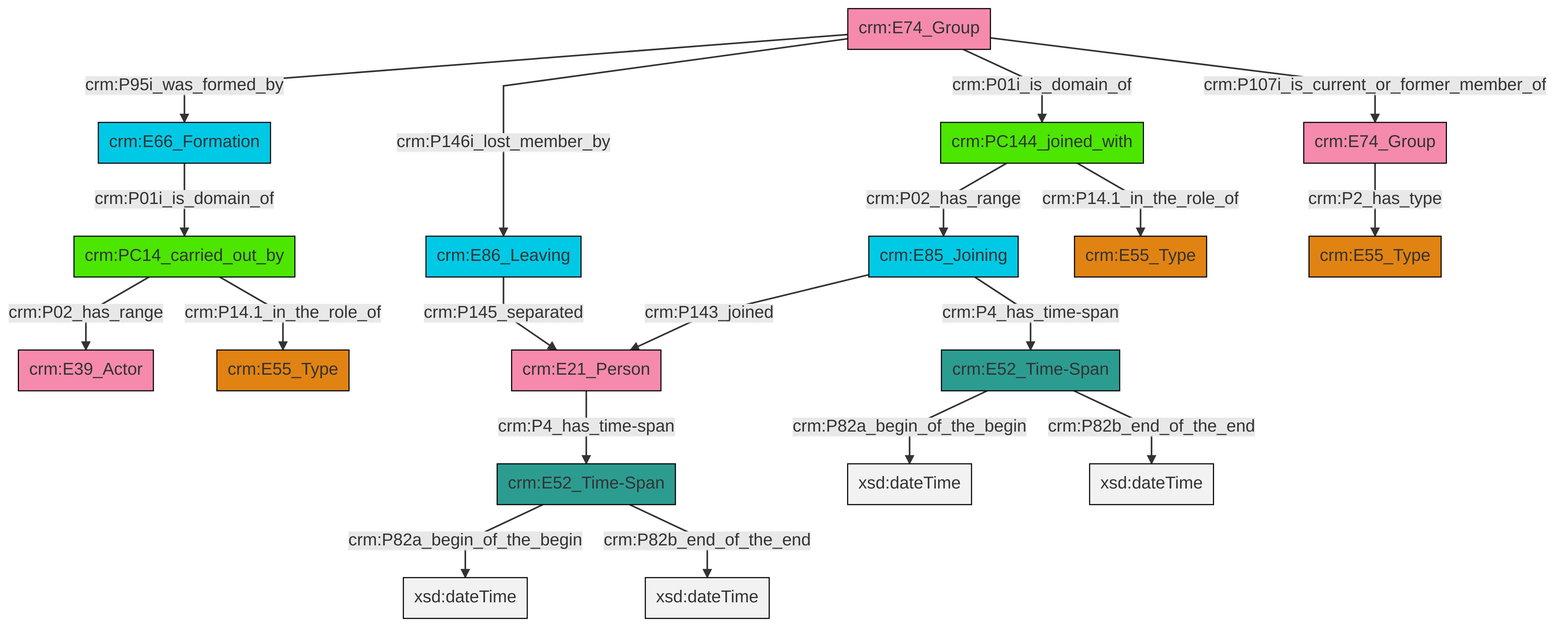
This is et/groupCSV/ttl/mmd/png/group_actor_relations.png from swiss-art-research-net/docs.swissartresearch, a Mermaid export, as it was before one commit. Its source is kept beside it as et/groupCSV/ttl/mmd/group_actor_relations.ttl.mmd.
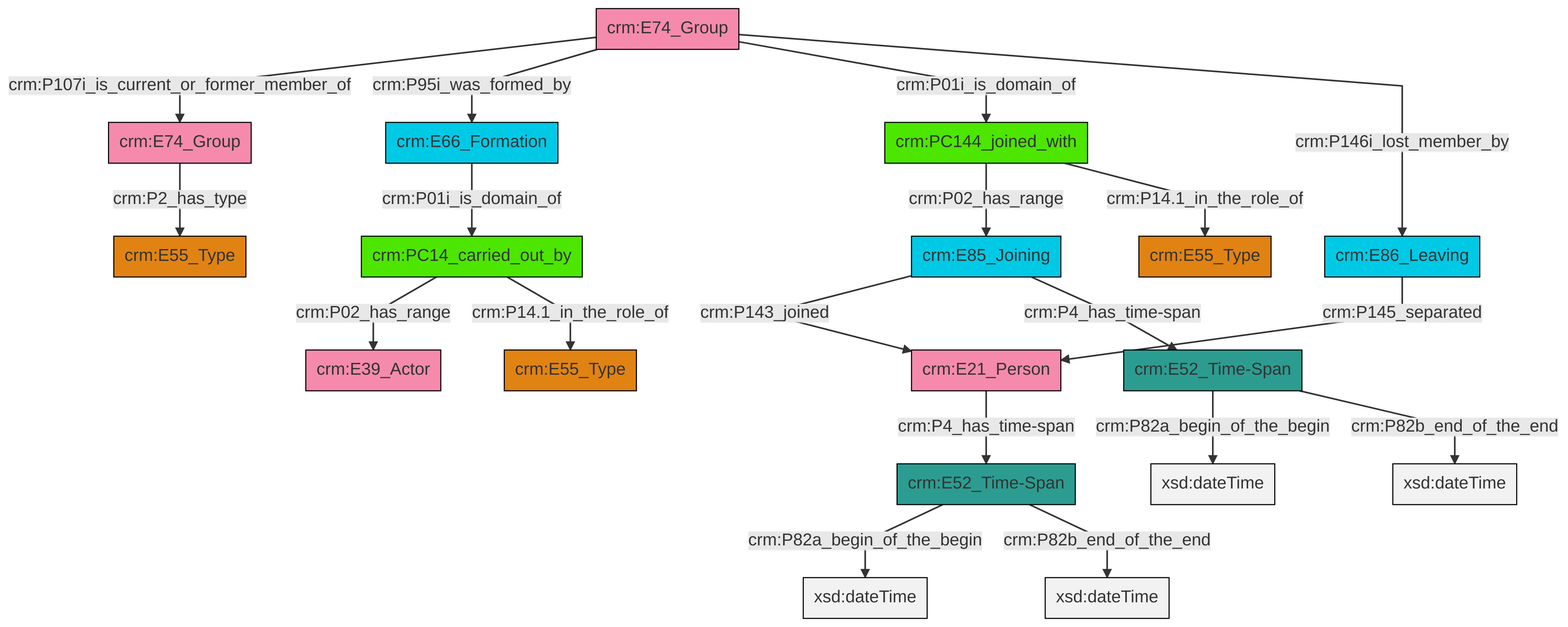
After the change.

What changed in the source:
```diff
@@ -13,21 +13,21 @@
 classDef PC_Classes fill:#4ce600, stroke:#000000;
 classDef Multi fill:#cccccc,stroke:#000000;
 
-4["crm:E74_Group"]:::Actor -->|crm:P95i_was_formed_by| 5["crm:E66_Formation"]:::Temporal_Entity
-4["crm:E74_Group"]:::Actor -->|crm:P146i_lost_member_by| 6["crm:E86_Leaving"]:::Temporal_Entity
-9["crm:PC144_joined_with"]:::PC_Classes -->|crm:P02_has_range| 10["crm:E85_Joining"]:::Temporal_Entity
-9["crm:PC144_joined_with"]:::PC_Classes -->|crm:P14.1_in_the_role_of| 11["crm:E55_Type"]:::Type
-17["crm:E21_Person"]:::Actor -->|crm:P4_has_time-span| 0["crm:E52_Time-Span"]:::Time-Span
-20["crm:PC14_carried_out_by"]:::PC_Classes -->|crm:P02_has_range| 21["crm:E39_Actor"]:::Actor
-23["crm:E74_Group"]:::Actor -->|crm:P2_has_type| 2["crm:E55_Type"]:::Type
-0["crm:E52_Time-Span"]:::Time-Span -->|crm:P82a_begin_of_the_begin| 24[xsd:dateTime]:::Literal
-0["crm:E52_Time-Span"]:::Time-Span -->|crm:P82b_end_of_the_end| 25[xsd:dateTime]:::Literal
-4["crm:E74_Group"]:::Actor -->|crm:P01i_is_domain_of| 9["crm:PC144_joined_with"]:::PC_Classes
-6["crm:E86_Leaving"]:::Temporal_Entity -->|crm:P145_separated| 17["crm:E21_Person"]:::Actor
-20["crm:PC14_carried_out_by"]:::PC_Classes -->|crm:P14.1_in_the_role_of| 7["crm:E55_Type"]:::Type
-14["crm:E52_Time-Span"]:::Time-Span -->|crm:P82a_begin_of_the_begin| 32[xsd:dateTime]:::Literal
-14["crm:E52_Time-Span"]:::Time-Span -->|crm:P82b_end_of_the_end| 33[xsd:dateTime]:::Literal
-5["crm:E66_Formation"]:::Temporal_Entity -->|crm:P01i_is_domain_of| 20["crm:PC14_carried_out_by"]:::PC_Classes
-10["crm:E85_Joining"]:::Temporal_Entity -->|crm:P143_joined| 17["crm:E21_Person"]:::Actor
-10["crm:E85_Joining"]:::Temporal_Entity -->|crm:P4_has_time-span| 14["crm:E52_Time-Span"]:::Time-Span
-4["crm:E74_Group"]:::Actor -->|crm:P107i_is_current_or_former_member_of| 23["crm:E74_Group"]:::Actor
+0["crm:PC144_joined_with"]:::PC_Classes -->|crm:P02_has_range| 1["crm:E85_Joining"]:::Temporal_Entity
+2["crm:E74_Group"]:::Actor -->|crm:P107i_is_current_or_former_member_of| 3["crm:E74_Group"]:::Actor
+1["crm:E85_Joining"]:::Temporal_Entity -->|crm:P143_joined| 4["crm:E21_Person"]:::Actor
+4["crm:E21_Person"]:::Actor -->|crm:P4_has_time-span| 5["crm:E52_Time-Span"]:::Time-Span
+2["crm:E74_Group"]:::Actor -->|crm:P95i_was_formed_by| 9["crm:E66_Formation"]:::Temporal_Entity
+3["crm:E74_Group"]:::Actor -->|crm:P2_has_type| 10["crm:E55_Type"]:::Type
+2["crm:E74_Group"]:::Actor -->|crm:P01i_is_domain_of| 0["crm:PC144_joined_with"]:::PC_Classes
+12["crm:PC14_carried_out_by"]:::PC_Classes -->|crm:P02_has_range| 13["crm:E39_Actor"]:::Actor
+14["crm:E52_Time-Span"]:::Time-Span -->|crm:P82a_begin_of_the_begin| 15[xsd:dateTime]:::Literal
+1["crm:E85_Joining"]:::Temporal_Entity -->|crm:P4_has_time-span| 14["crm:E52_Time-Span"]:::Time-Span
+5["crm:E52_Time-Span"]:::Time-Span -->|crm:P82a_begin_of_the_begin| 26[xsd:dateTime]:::Literal
+14["crm:E52_Time-Span"]:::Time-Span -->|crm:P82b_end_of_the_end| 28[xsd:dateTime]:::Literal
+12["crm:PC14_carried_out_by"]:::PC_Classes -->|crm:P14.1_in_the_role_of| 7["crm:E55_Type"]:::Type
+5["crm:E52_Time-Span"]:::Time-Span -->|crm:P82b_end_of_the_end| 29[xsd:dateTime]:::Literal
+0["crm:PC144_joined_with"]:::PC_Classes -->|crm:P14.1_in_the_role_of| 24["crm:E55_Type"]:::Type
+2["crm:E74_Group"]:::Actor -->|crm:P146i_lost_member_by| 20["crm:E86_Leaving"]:::Temporal_Entity
+9["crm:E66_Formation"]:::Temporal_Entity -->|crm:P01i_is_domain_of| 12["crm:PC14_carried_out_by"]:::PC_Classes
+20["crm:E86_Leaving"]:::Temporal_Entity -->|crm:P145_separated| 4["crm:E21_Person"]:::Actor
```
